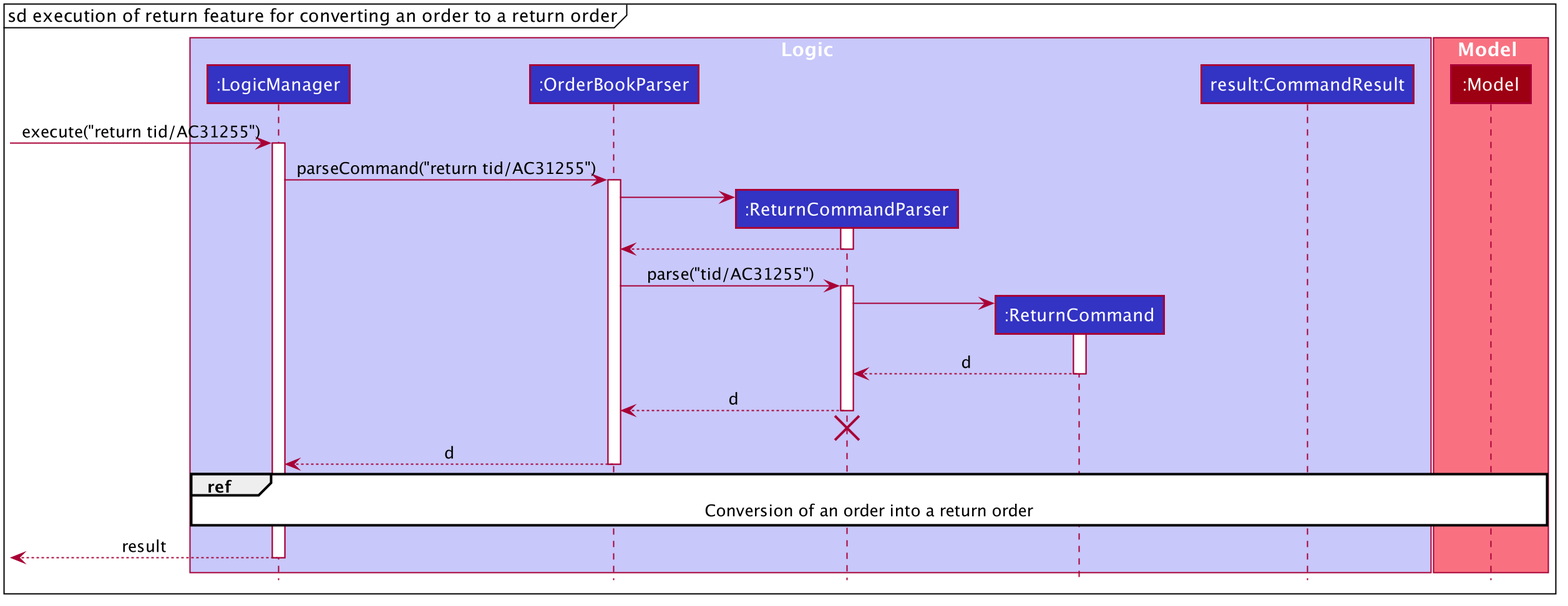
nus-cs2103-AY1920S2/addressbook-level3 keeps this PlantUML diagram as docs/images/ReturnSequenceDiagram1_a.png. Above is the earlier version. The source it was exported from:
```plantuml
@startuml









skinparam BackgroundColor #FFFFFFF

skinparam Shadowing false

skinparam Class {
    FontColor #FFFFFF
    BorderThickness 1
    BorderColor #FFFFFF
    StereotypeFontColor #FFFFFF
    FontName Arial
}

skinparam Actor {
    BorderColor #000000
    Color #000000
    FontName Arial
}

skinparam Sequence {
    MessageAlign center
    BoxFontSize 15
    BoxPadding 0
    BoxFontColor #FFFFFF
    FontName Arial
}

skinparam Participant {
    FontColor #FFFFFFF
    Padding 20
}

skinparam MinClassWidth 50
skinparam ParticipantPadding 10
skinparam Shadowing false
skinparam DefaultTextAlignment center
skinparam packageStyle Rectangle

hide footbox
hide members
hide circle
mainframe sd execution of return feature for converting an order to a return order

box Logic #C8C8FA
participant ":LogicManager" as LogicManager #3333C4
participant ":OrderBookParser" as OrderBookParser #3333C4
participant ":ReturnCommandParser" as ReturnCommandParser #3333C4
participant ":ReturnCommand" as ReturnCommand #3333C4
participant "result:CommandResult" as CommandResult #3333C4
end box

box Model #F97181
participant ":Model" as Model #9D0012
end box

[-> LogicManager : execute("return tid/AC31255")
activate LogicManager

LogicManager -> OrderBookParser : parseCommand("return tid/AC31255")
activate OrderBookParser

create ReturnCommandParser
OrderBookParser -> ReturnCommandParser
activate ReturnCommandParser
ReturnCommandParser --> OrderBookParser
deactivate ReturnCommandParser

OrderBookParser -> ReturnCommandParser : parse("tid/AC31255")
activate ReturnCommandParser

create ReturnCommand
ReturnCommandParser -> ReturnCommand
activate ReturnCommand

ReturnCommand --> ReturnCommandParser : d
deactivate ReturnCommand

ReturnCommandParser --> OrderBookParser : d
deactivate ReturnCommandParser
ReturnCommandParser -[hidden]-> OrderBookParser
destroy ReturnCommandParser

OrderBookParser --> LogicManager : d
deactivate OrderBookParser

ref over LogicManager, Model : Conversion of an order into a return order

[<--LogicManager : result
deactivate LogicManager

@enduml
```
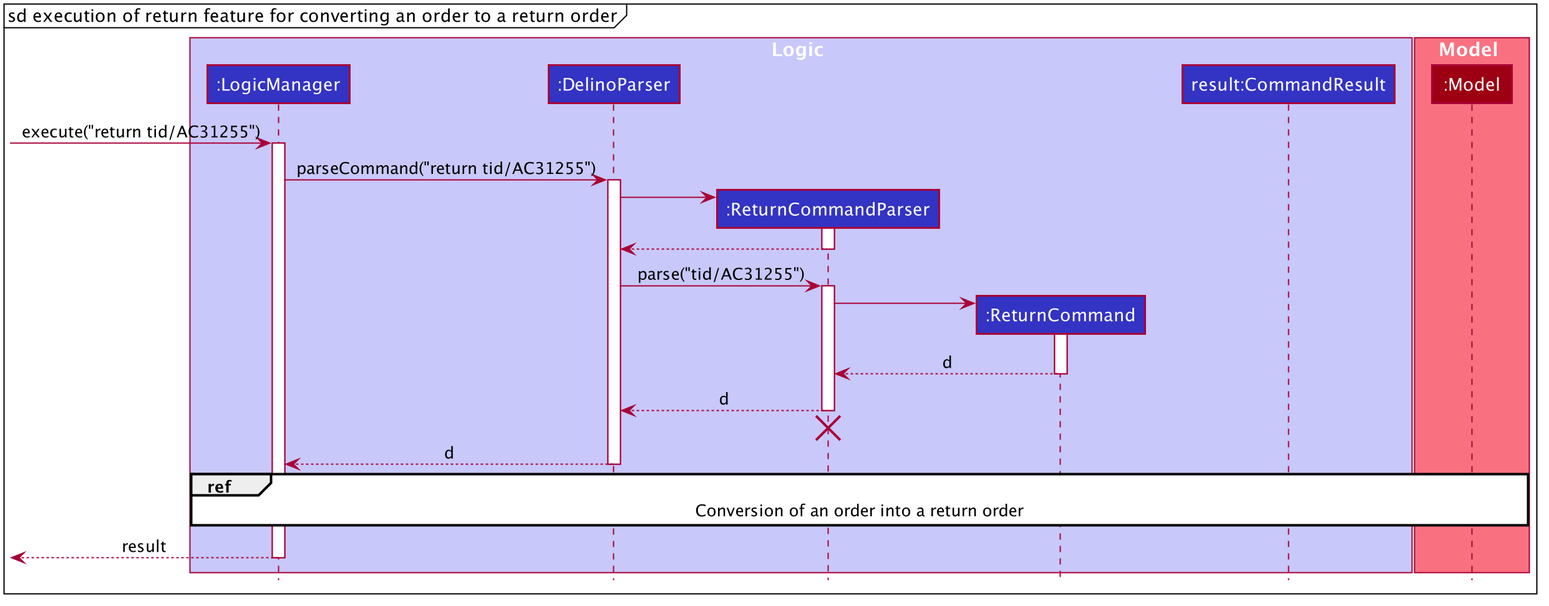
Above is the later version.

The edit, as a diff of the source:
```diff
@@ -52,7 +52,7 @@
 
 box Logic #C8C8FA
 participant ":LogicManager" as LogicManager #3333C4
-participant ":OrderBookParser" as OrderBookParser #3333C4
+participant ":DelinoParser" as DelinoParser #3333C4
 participant ":ReturnCommandParser" as ReturnCommandParser #3333C4
 participant ":ReturnCommand" as ReturnCommand #3333C4
 participant "result:CommandResult" as CommandResult #3333C4
@@ -65,16 +65,16 @@
 [-> LogicManager : execute("return tid/AC31255")
 activate LogicManager
 
-LogicManager -> OrderBookParser : parseCommand("return tid/AC31255")
-activate OrderBookParser
+LogicManager -> DelinoParser : parseCommand("return tid/AC31255")
+activate DelinoParser
 
 create ReturnCommandParser
-OrderBookParser -> ReturnCommandParser
+DelinoParser -> ReturnCommandParser
 activate ReturnCommandParser
-ReturnCommandParser --> OrderBookParser
+ReturnCommandParser --> DelinoParser
 deactivate ReturnCommandParser
 
-OrderBookParser -> ReturnCommandParser : parse("tid/AC31255")
+DelinoParser -> ReturnCommandParser : parse("tid/AC31255")
 activate ReturnCommandParser
 
 create ReturnCommand
@@ -84,13 +84,13 @@
 ReturnCommand --> ReturnCommandParser : d
 deactivate ReturnCommand
 
-ReturnCommandParser --> OrderBookParser : d
+ReturnCommandParser --> DelinoParser : d
 deactivate ReturnCommandParser
-ReturnCommandParser -[hidden]-> OrderBookParser
+ReturnCommandParser -[hidden]-> DelinoParser
 destroy ReturnCommandParser
 
-OrderBookParser --> LogicManager : d
-deactivate OrderBookParser
+DelinoParser --> LogicManager : d
+deactivate DelinoParser
 
 ref over LogicManager, Model : Conversion of an order into a return order
 
```
